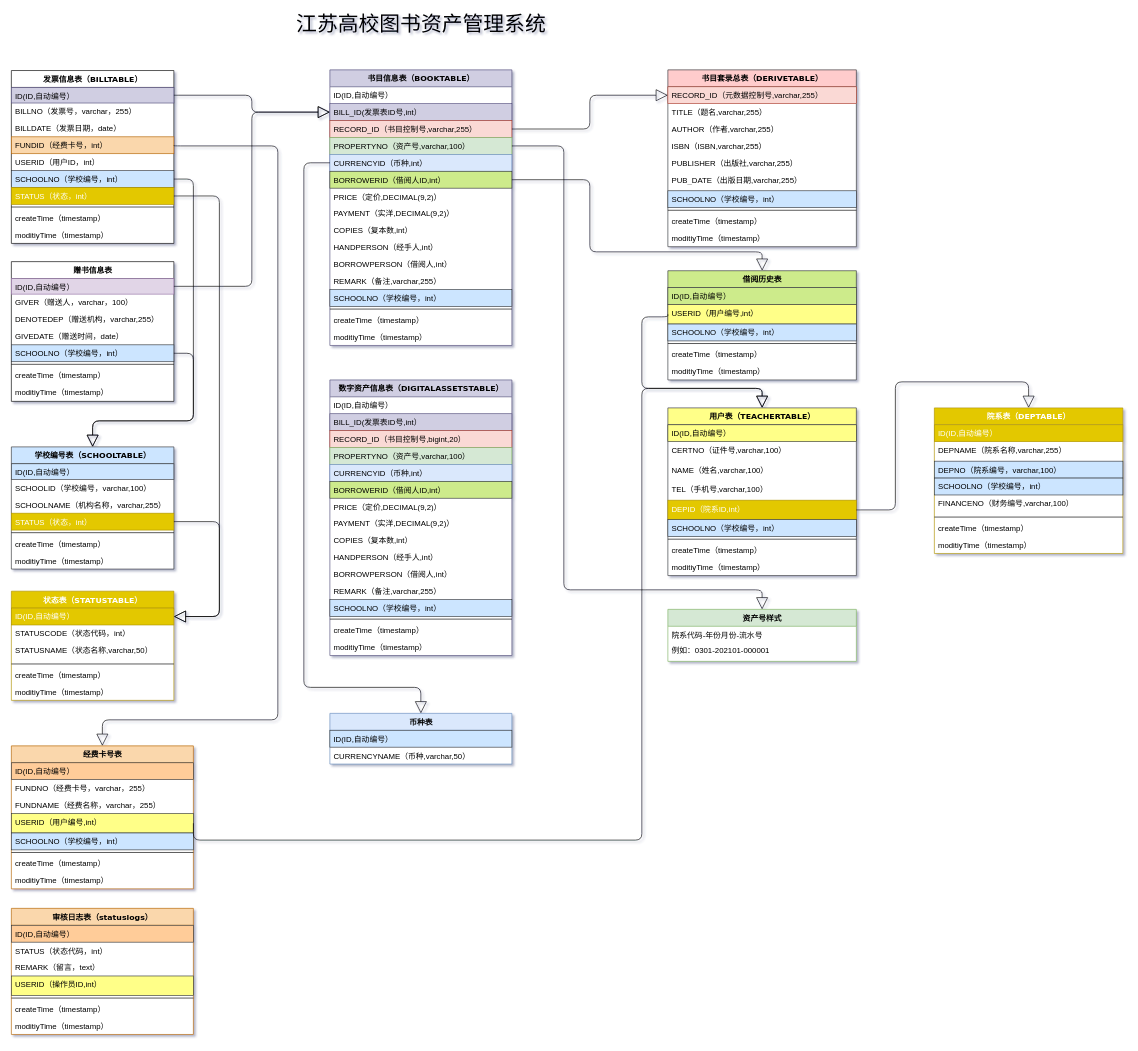
Before: 图书资产管理系统.drawio in yisqiu/SimpleMap-wx, a draw.io diagram. Source tidied: cells renumbered, new cells numbered last; positions are measured from the earlier drawing's top-left corner, leaving out a move shared by most shapes. Both pictures are drawn from the tidied source at 65%, with x=0, y=0 at pixel (11, 11).
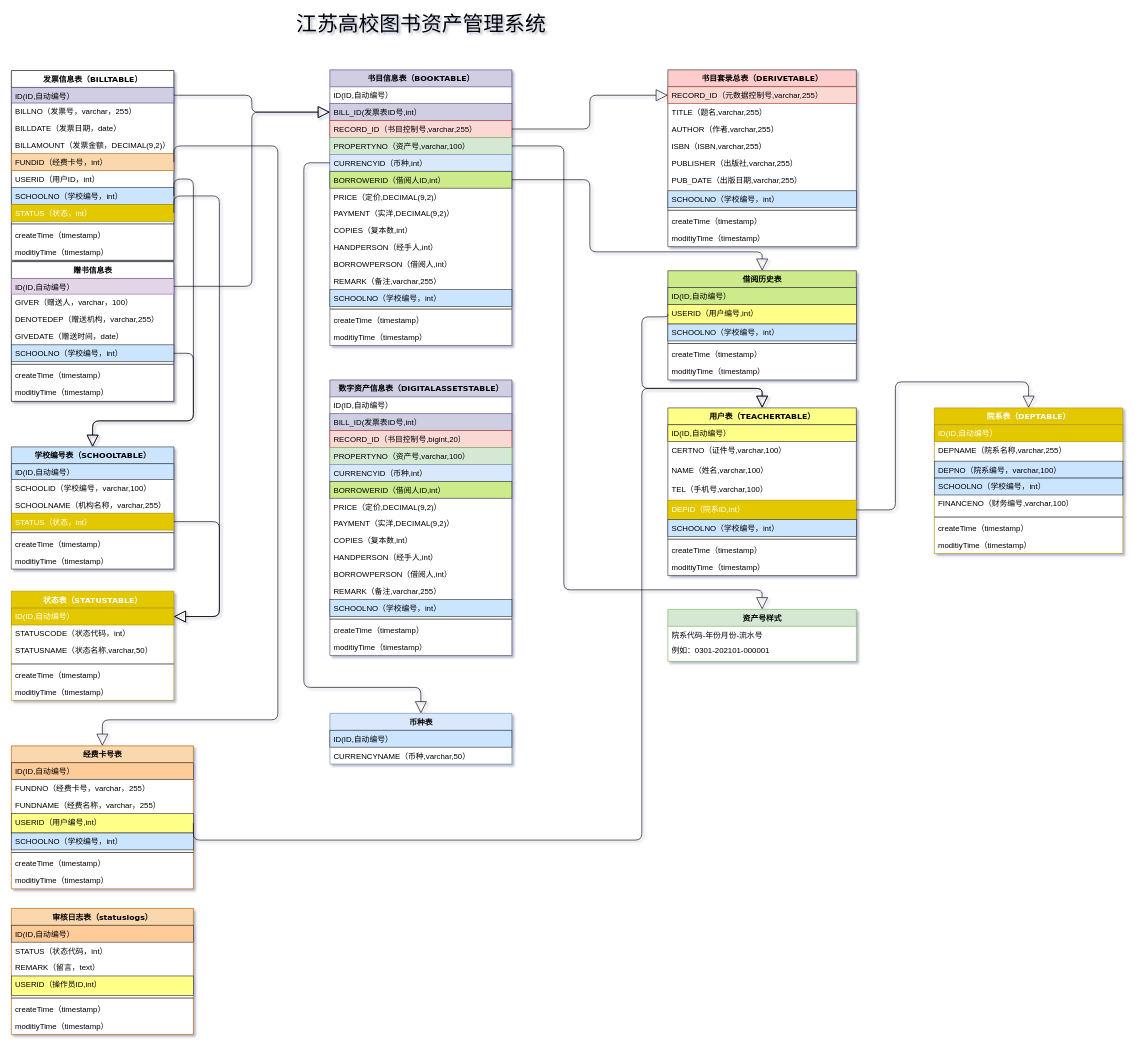
Above is the later version.

Change to the diagram source:
```diff
@@
     <mxCell id="2" value="发票信息表（BILLTABLE）" style="swimlane;html=1;fontStyle=1;align=center;verticalAlign=top;horizontal=1;startSize=26;swimlaneFillColor=#ffffff;shadow=0;comic=0;labelBackgroundColor=none;strokeWidth=1;fontFamily=Verdana;fontSize=12;" parent="1" vertex="1">
-      <mxGeometry y="91" width="250" height="266" as="geometry" />
+      <mxGeometry y="91" width="250" height="292" as="geometry" />
     </mxCell>
@@
+    <mxCell id="146" value="BILLAMOUNT（发票金额，DECIMAL(9,2)）" style="text;html=1;strokeColor=none;fillColor=none;align=left;verticalAlign=top;spacingLeft=4;spacingRight=4;whiteSpace=wrap;overflow=hidden;" parent="2" vertex="1">
+      <mxGeometry y="102" width="250" height="26" as="geometry" />
+    </mxCell>
     <mxCell id="6" value="FUNDID（经费卡号，int）" style="text;html=1;strokeColor=#b46504;fillColor=#fad7ac;align=left;verticalAlign=top;spacingLeft=4;spacingRight=4;whiteSpace=wrap;overflow=hidden;points=[[0,0.5],[1,0.5]];portConstraint=eastwest;" parent="2" vertex="1">
-      <mxGeometry y="102" width="250" height="26" as="geometry" />
+      <mxGeometry y="128" width="250" height="26" as="geometry" />
     </mxCell>
     <mxCell id="7" value="USERID（用户ID，int）" style="text;html=1;strokeColor=none;fillColor=none;align=left;verticalAlign=top;spacingLeft=4;spacingRight=4;whiteSpace=wrap;overflow=hidden;" parent="2" vertex="1">
-      <mxGeometry y="128" width="250" height="26" as="geometry" />
+      <mxGeometry y="154" width="250" height="26" as="geometry" />
     </mxCell>
     <mxCell id="8" value="SCHOOLNO（学校编号，int）" style="text;html=1;strokeColor=#36393d;fillColor=#cce5ff;align=left;verticalAlign=top;spacingLeft=4;spacingRight=4;whiteSpace=wrap;overflow=hidden;points=[[0,0.5],[1,0.5]];portConstraint=eastwest;" parent="2" vertex="1">
-      <mxGeometry y="154" width="250" height="26" as="geometry" />
+      <mxGeometry y="180" width="250" height="26" as="geometry" />
     </mxCell>
     <mxCell id="9" value="STATUS（状态，int）" style="text;html=1;align=left;verticalAlign=top;spacingLeft=4;spacingRight=4;whiteSpace=wrap;overflow=hidden;points=[[0,0.5],[1,0.5]];portConstraint=eastwest;fillColor=#e3c800;strokeColor=#B09500;fontColor=#ffffff;" parent="2" vertex="1">
-      <mxGeometry y="180" width="250" height="26" as="geometry" />
+      <mxGeometry y="206" width="250" height="26" as="geometry" />
     </mxCell>
     <mxCell id="10" style="line;html=1;strokeWidth=1;fillColor=none;align=left;verticalAlign=middle;spacingTop=-1;spacingLeft=3;spacingRight=3;labelPosition=right;" parent="2" vertex="1">
-      <mxGeometry y="206" width="250" height="8" as="geometry" />
+      <mxGeometry y="232" width="250" height="8" as="geometry" />
     </mxCell>
     <mxCell id="11" value="createTime（timestamp）" style="text;html=1;strokeColor=none;fillColor=none;align=left;verticalAlign=top;spacingLeft=4;spacingRight=4;whiteSpace=wrap;overflow=hidden;" parent="2" vertex="1">
-      <mxGeometry y="214" width="250" height="26" as="geometry" />
+      <mxGeometry y="240" width="250" height="26" as="geometry" />
     </mxCell>
     <mxCell id="12" value="moditiyTime（timestamp）" style="text;html=1;strokeColor=none;fillColor=none;align=left;verticalAlign=top;spacingLeft=4;spacingRight=4;whiteSpace=wrap;overflow=hidden;" parent="2" vertex="1">
-      <mxGeometry y="240" width="250" height="26" as="geometry" />
+      <mxGeometry y="266" width="250" height="26" as="geometry" />
     </mxCell>
```
